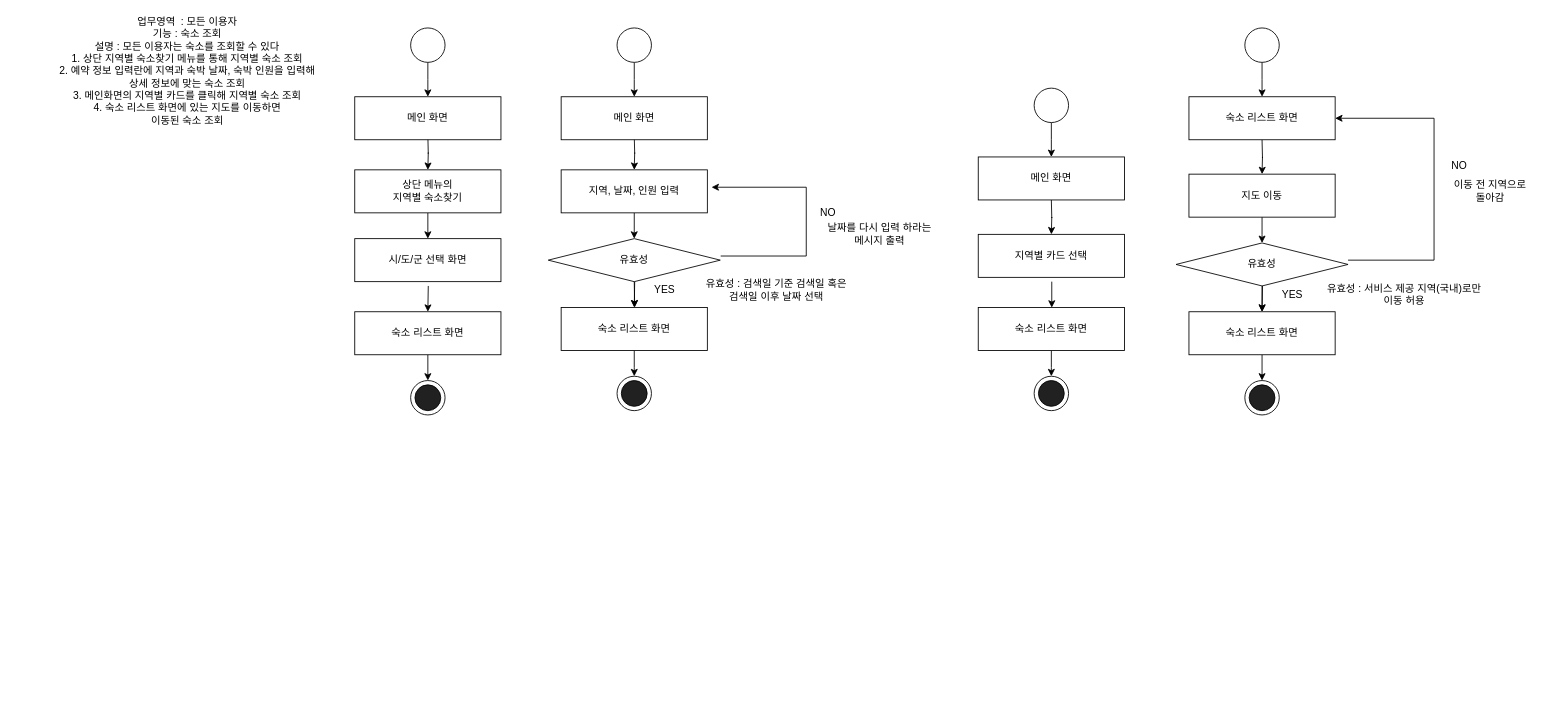
This is 네비게이션 흐름도/숙소검색.drawio from snowskyblue/-, a draw.io file, before an edit. Source tidied: cells renumbered, new cells numbered last; positions are measured from the earlier drawing's top-left corner, leaving out a move shared by most shapes. Both pictures are drawn from the tidied source at 86%, with x=0, y=0 at pixel (45, 15).
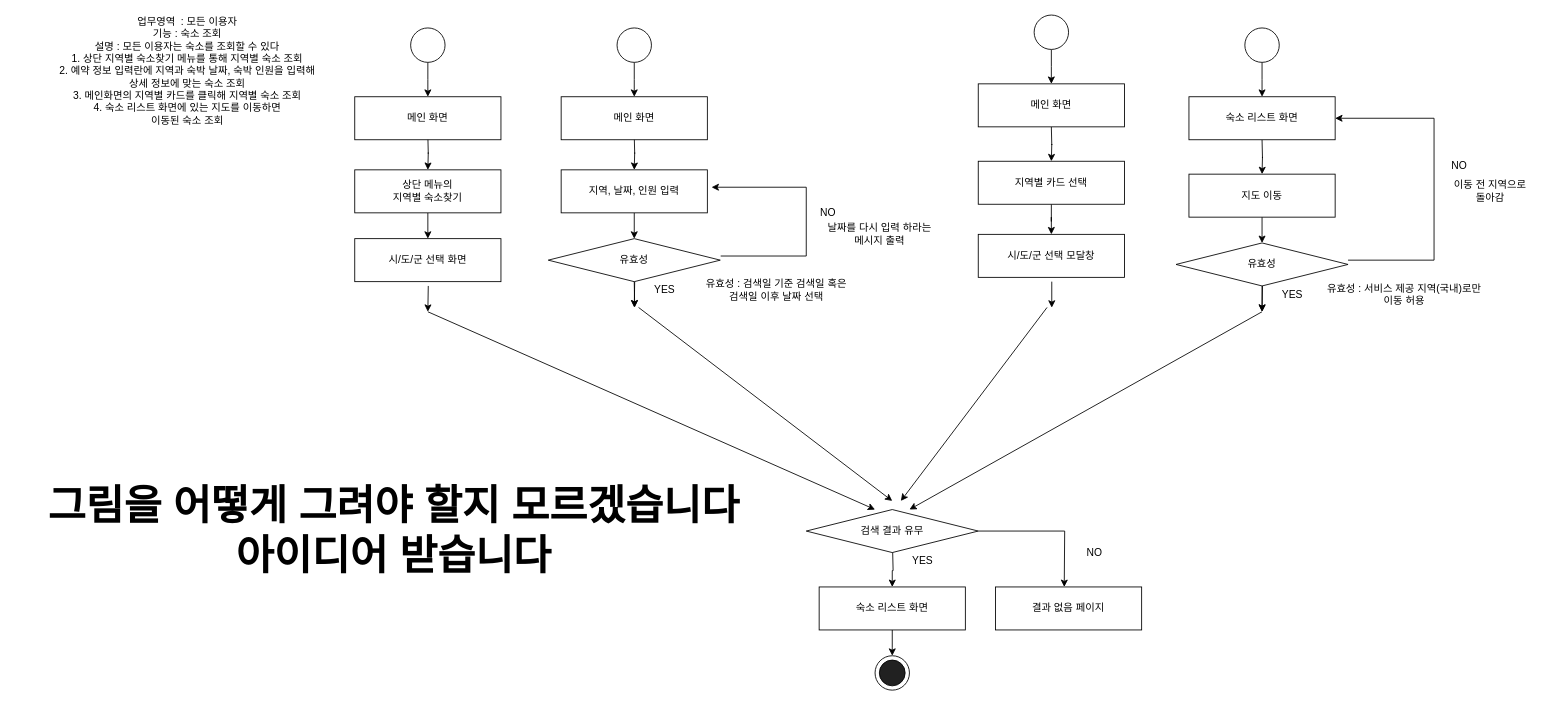
The same diagram, later.

What changed in the source:
```diff
@@
     <mxCell id="6" style="edgeStyle=orthogonalEdgeStyle;rounded=0;jettySize=auto;html=1;" parent="1" edge="1" source="7">
       <mxGeometry relative="1" as="geometry">
-        <mxPoint x="445" y="425" as="targetPoint" />
+        <mxPoint x="985" y="745" as="targetPoint" />
       </mxGeometry>
     </mxCell>
     <mxCell id="7" value="숙소 리스트 화면" style="rounded=0;whiteSpace=wrap;html=1;" parent="1" vertex="1">
-      <mxGeometry x="360" y="345" width="170" height="50" as="geometry" />
+      <mxGeometry x="900" y="665" width="170" height="50" as="geometry" />
     </mxCell>
     <mxCell id="8" style="ellipse;whiteSpace=wrap;html=1;" parent="1" vertex="1">
-      <mxGeometry x="425" y="425" width="40" height="40" as="geometry" />
+      <mxGeometry x="965" y="745" width="40" height="40" as="geometry" />
     </mxCell>
     <mxCell id="9" style="ellipse;whiteSpace=wrap;html=1;fillColor=#212121;" parent="1" vertex="1">
-      <mxGeometry x="430" y="430" width="30" height="30" as="geometry" />
+      <mxGeometry x="970" y="750" width="30" height="30" as="geometry" />
     </mxCell>
@@
-    <mxCell id="16" style="edgeStyle=orthogonalEdgeStyle;rounded=0;jettySize=auto;html=1;" parent="1" edge="1" source="17">
-      <mxGeometry relative="1" as="geometry">
-        <mxPoint x="685" y="420" as="targetPoint" />
-      </mxGeometry>
-    </mxCell>
-    <mxCell id="17" value="숙소 리스트 화면" style="rounded=0;whiteSpace=wrap;html=1;" parent="1" vertex="1">
-      <mxGeometry x="600" y="340" width="170" height="50" as="geometry" />
-    </mxCell>
-    <mxCell id="18" style="ellipse;whiteSpace=wrap;html=1;" parent="1" vertex="1">
-      <mxGeometry x="665" y="420" width="40" height="40" as="geometry" />
-    </mxCell>
-    <mxCell id="19" style="ellipse;whiteSpace=wrap;html=1;fillColor=#212121;" parent="1" vertex="1">
-      <mxGeometry x="670" y="425" width="30" height="30" as="geometry" />
-    </mxCell>
@@
     <mxCell id="27" style="edgeStyle=orthogonalEdgeStyle;rounded=0;orthogonalLoop=1;jettySize=auto;html=1;" parent="1" edge="1">
       <mxGeometry relative="1" as="geometry">
-        <mxPoint x="1170" y="215" as="sourcePoint" />
-        <mxPoint x="1170" y="255" as="targetPoint" />
+        <mxPoint x="1170" y="130" as="sourcePoint" />
+        <mxPoint x="1170" y="170" as="targetPoint" />
       </mxGeometry>
     </mxCell>
+    <mxCell id="61" style="edgeStyle=orthogonalEdgeStyle;rounded=0;jettySize=auto;html=1;" parent="1" edge="1" source="28" target="62">
+      <mxGeometry relative="1" as="geometry" />
+    </mxCell>
     <mxCell id="28" value="지역별 카드 선택" style="rounded=0;whiteSpace=wrap;html=1;" parent="1" vertex="1">
-      <mxGeometry x="1085" y="255" width="170" height="50" as="geometry" />
+      <mxGeometry x="1085" y="170" width="170" height="50" as="geometry" />
     </mxCell>
-    <mxCell id="29" style="edgeStyle=orthogonalEdgeStyle;rounded=0;jettySize=auto;html=1;" parent="1" edge="1" source="30">
-      <mxGeometry relative="1" as="geometry">
-        <mxPoint x="1170" y="420" as="targetPoint" />
-      </mxGeometry>
-    </mxCell>
-    <mxCell id="30" value="숙소 리스트 화면" style="rounded=0;whiteSpace=wrap;html=1;" parent="1" vertex="1">
-      <mxGeometry x="1085" y="340" width="170" height="50" as="geometry" />
-    </mxCell>
-    <mxCell id="31" style="ellipse;whiteSpace=wrap;html=1;" parent="1" vertex="1">
-      <mxGeometry x="1150" y="420" width="40" height="40" as="geometry" />
-    </mxCell>
-    <mxCell id="32" style="ellipse;whiteSpace=wrap;html=1;fillColor=#212121;" parent="1" vertex="1">
-      <mxGeometry x="1155" y="425" width="30" height="30" as="geometry" />
-    </mxCell>
+    <mxCell id="62" value="시/도/군 선택 모달창" style="rounded=0;whiteSpace=wrap;html=1;" parent="1" vertex="1">
+      <mxGeometry x="1085" y="255" width="170" height="50" as="geometry" />
+    </mxCell>
@@
-    <mxCell id="38" style="edgeStyle=orthogonalEdgeStyle;rounded=0;jettySize=auto;html=1;" parent="1" edge="1" source="39">
-      <mxGeometry relative="1" as="geometry">
-        <mxPoint x="1415" y="425" as="targetPoint" />
-      </mxGeometry>
-    </mxCell>
-    <mxCell id="39" value="숙소 리스트 화면" style="rounded=0;whiteSpace=wrap;html=1;" parent="1" vertex="1">
-      <mxGeometry x="1330" y="345" width="170" height="50" as="geometry" />
-    </mxCell>
-    <mxCell id="40" style="ellipse;whiteSpace=wrap;html=1;" parent="1" vertex="1">
-      <mxGeometry x="1395" y="425" width="40" height="40" as="geometry" />
-    </mxCell>
-    <mxCell id="41" style="ellipse;whiteSpace=wrap;html=1;fillColor=#212121;" parent="1" vertex="1">
-      <mxGeometry x="1400" y="430" width="30" height="30" as="geometry" />
-    </mxCell>
@@
     <mxCell id="52" style="edgeStyle=orthogonalEdgeStyle;rounded=0;jettySize=auto;html=1;" parent="1" edge="1" source="53">
       <mxGeometry relative="1" as="geometry">
-        <mxPoint x="1170" y="165" as="targetPoint" />
+        <mxPoint x="1170" y="80" as="targetPoint" />
       </mxGeometry>
     </mxCell>
     <mxCell id="53" style="ellipse;whiteSpace=wrap;html=1;" parent="1" vertex="1">
-      <mxGeometry x="1150" y="85" width="40" height="40" as="geometry" />
+      <mxGeometry x="1150" width="40" height="40" as="geometry" />
     </mxCell>
     <mxCell id="54" value="메인 화면" style="rounded=0;whiteSpace=wrap;html=1;" parent="1" vertex="1">
-      <mxGeometry x="1085" y="165" width="170" height="50" as="geometry" />
+      <mxGeometry x="1085" y="80" width="170" height="50" as="geometry" />
     </mxCell>
@@
+    <mxCell id="63" style="edgeStyle=orthogonalEdgeStyle;rounded=0;jettySize=auto;html=1;" parent="1" edge="1" source="64">
+      <mxGeometry relative="1" as="geometry">
+        <mxPoint x="1185" y="665" as="targetPoint" />
+      </mxGeometry>
+    </mxCell>
+    <mxCell id="64" value="검색 결과 유무" style="rhombus;whiteSpace=wrap;html=1;" parent="1" vertex="1">
+      <mxGeometry x="885" y="575" width="200" height="50" as="geometry" />
+    </mxCell>
+    <mxCell id="65" value="YES" style="text;html=1;align=center;verticalAlign=middle;" parent="1" vertex="1">
+      <mxGeometry x="1000" y="625" width="40" height="20" as="geometry" />
+    </mxCell>
+    <mxCell id="66" style="edgeStyle=orthogonalEdgeStyle;rounded=0;jettySize=auto;html=1;entryX=0.5;entryY=0;entryDx=0;entryDy=0;" parent="1" edge="1" target="7">
+      <mxGeometry relative="1" as="geometry">
+        <mxPoint x="985.5" y="625" as="sourcePoint" />
+      </mxGeometry>
+    </mxCell>
+    <mxCell id="67" value="결과 없음 페이지" style="rounded=0;whiteSpace=wrap;html=1;" parent="1" vertex="1">
+      <mxGeometry x="1105" y="665" width="170" height="50" as="geometry" />
+    </mxCell>
+    <mxCell id="68" value="NO" style="text;html=1;align=center;verticalAlign=middle;" parent="1" vertex="1">
+      <mxGeometry x="1205" y="615" width="30" height="20" as="geometry" />
+    </mxCell>
+    <mxCell id="69" style="endArrow=classic;html=1;" parent="1" edge="1">
+      <mxGeometry relative="1" as="geometry">
+        <mxPoint x="445" y="345" as="sourcePoint" />
+        <mxPoint x="965" y="575" as="targetPoint" />
+      </mxGeometry>
+    </mxCell>
+    <mxCell id="70" style="endArrow=classic;html=1;" parent="1" edge="1">
+      <mxGeometry relative="1" as="geometry">
+        <mxPoint x="690" y="340" as="sourcePoint" />
+        <mxPoint x="985" y="565" as="targetPoint" />
+      </mxGeometry>
+    </mxCell>
+    <mxCell id="71" style="endArrow=classic;html=1;" parent="1" edge="1">
+      <mxGeometry relative="1" as="geometry">
+        <mxPoint x="1165" y="340" as="sourcePoint" />
+        <mxPoint x="995" y="565" as="targetPoint" />
+      </mxGeometry>
+    </mxCell>
+    <mxCell id="72" style="endArrow=classic;html=1;" parent="1" edge="1">
+      <mxGeometry relative="1" as="geometry">
+        <mxPoint x="1415" y="345" as="sourcePoint" />
+        <mxPoint x="1005" y="575" as="targetPoint" />
+      </mxGeometry>
+    </mxCell>
+    <mxCell id="73" value="&lt;font style=&quot;font-size: 48px&quot;&gt;&lt;b&gt;그림을 어떻게 그려야 할지 모르겠습니다&lt;br&gt;아이디어 받습니다&lt;/b&gt;&lt;/font&gt;" style="text;html=1;align=center;verticalAlign=middle;" parent="1" vertex="1">
+      <mxGeometry x="-35" y="570" width="880" height="60" as="geometry" />
+    </mxCell>
```
